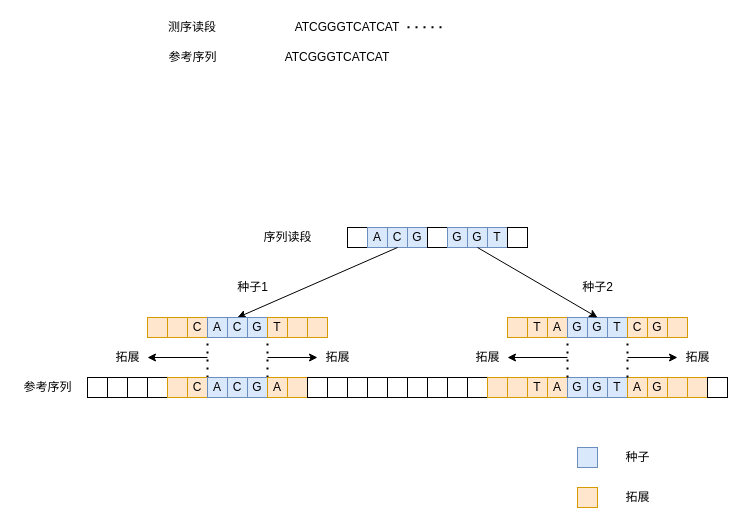
Above: page "DNA-N" (17 of 20) of FPGA_output.drawio in muguang123/drwaio (draw.io), before the change. Source tidied: cells renumbered, new cells numbered last; positions are measured from the earlier drawing's top-left corner, leaving out a move shared by most shapes. Both pictures are drawn from the tidied source at 100%, with x=0, y=0 at pixel (17, 17).
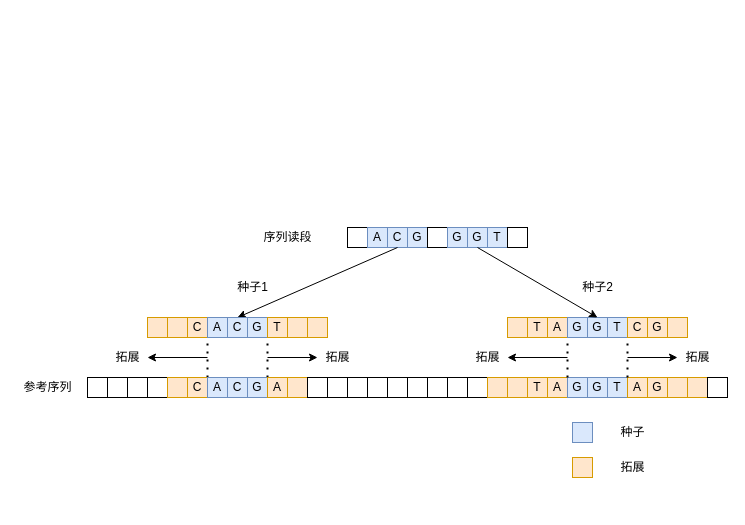
The same diagram, later.

Diff of the diagram source:
```diff
@@
-    <mxCell id="2" value="测序读段" style="text;html=1;strokeColor=none;fillColor=none;align=center;verticalAlign=middle;whiteSpace=wrap;rounded=0;" parent="1" vertex="1">
-      <mxGeometry x="130" width="90" height="20" as="geometry" />
-    </mxCell>
-    <mxCell id="3" value="ATCGGGTCATCAT" style="text;html=1;strokeColor=none;fillColor=none;align=center;verticalAlign=middle;whiteSpace=wrap;rounded=0;" parent="1" vertex="1">
-      <mxGeometry x="270" width="120" height="20" as="geometry" />
-    </mxCell>
-    <mxCell id="4" style="endArrow=none;dashed=1;html=1;dashPattern=1 3;strokeWidth=2;" parent="1" edge="1">
-      <mxGeometry relative="1" as="geometry">
-        <mxPoint x="390" y="9.8" as="sourcePoint" />
-        <mxPoint x="430" y="9.8" as="targetPoint" />
-      </mxGeometry>
-    </mxCell>
-    <mxCell id="5" value="参考序列" style="text;html=1;align=center;verticalAlign=middle;" parent="1" vertex="1">
-      <mxGeometry x="145" y="30" width="60" height="20" as="geometry" />
-    </mxCell>
-    <mxCell id="6" value="ATCGGGTCATCAT" style="text;html=1;strokeColor=none;fillColor=none;align=center;verticalAlign=middle;whiteSpace=wrap;rounded=0;" parent="1" vertex="1">
-      <mxGeometry x="260" y="30" width="120" height="20" as="geometry" />
-    </mxCell>
@@
     <mxCell id="80" style="rounded=0;whiteSpace=wrap;html=1;fillColor=#dae8fc;strokeColor=#6c8ebf;" parent="1" vertex="1">
-      <mxGeometry x="560" y="430" width="20" height="20" as="geometry" />
+      <mxGeometry x="555" y="405" width="20" height="20" as="geometry" />
     </mxCell>
     <mxCell id="81" style="rounded=0;whiteSpace=wrap;html=1;fillColor=#ffe6cc;strokeColor=#d79b00;" parent="1" vertex="1">
-      <mxGeometry x="560" y="470" width="20" height="20" as="geometry" />
+      <mxGeometry x="555" y="440" width="20" height="20" as="geometry" />
     </mxCell>
     <mxCell id="82" value="种子" style="text;html=1;align=center;verticalAlign=middle;" parent="1" vertex="1">
-      <mxGeometry x="600" y="430" width="40" height="20" as="geometry" />
+      <mxGeometry x="595" y="405" width="40" height="20" as="geometry" />
     </mxCell>
     <mxCell id="83" value="拓展" style="text;html=1;align=center;verticalAlign=middle;" parent="1" vertex="1">
-      <mxGeometry x="600" y="470" width="40" height="20" as="geometry" />
+      <mxGeometry x="595" y="440" width="40" height="20" as="geometry" />
     </mxCell>
```
